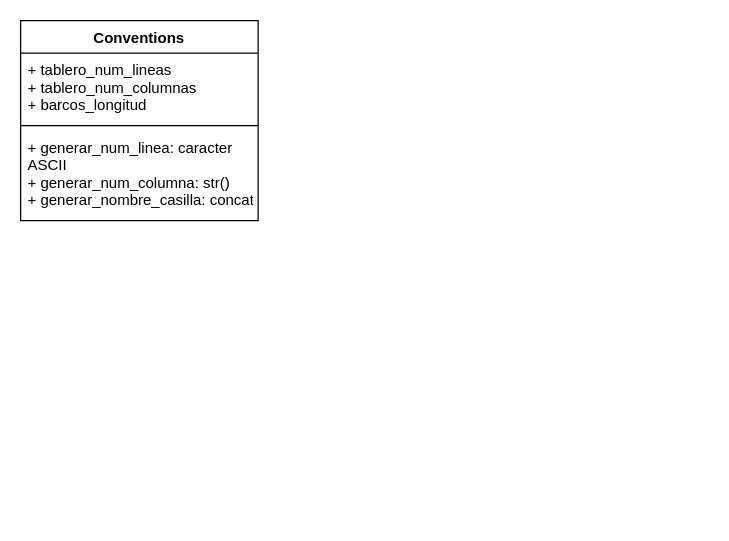
Above: UMLS/diagramaclases.drawio in mgonzalz/barcos (draw.io), before the change. Source tidied: cells renumbered, new cells numbered last; positions are measured from the earlier drawing's top-left corner, leaving out a move shared by most shapes. Both pictures are drawn from the tidied source at 125%, with x=0, y=0 at pixel (20, 20).
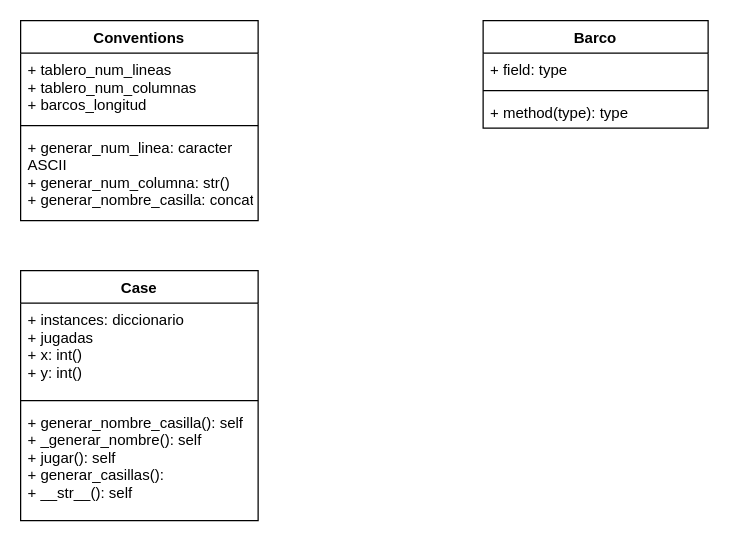
After the change.

What changed in the source:
```diff
@@
 <mxGraphModel>
   <root>
     <mxCell id="0" />
     <mxCell id="1" parent="0" />
     <mxCell id="2" value="Conventions" style="swimlane;fontStyle=1;align=center;verticalAlign=top;horizontal=1;startSize=26;" parent="1" vertex="1">
       <mxGeometry width="190" height="160" as="geometry" />
     </mxCell>
     <mxCell id="3" value="+ tablero_num_lineas&#10;+ tablero_num_columnas&#10;+ barcos_longitud" style="text;strokeColor=none;fillColor=none;align=left;verticalAlign=top;spacingLeft=4;spacingRight=4;overflow=hidden;" parent="2" vertex="1">
       <mxGeometry y="26" width="190" height="54" as="geometry" />
     </mxCell>
     <mxCell id="4" style="line;strokeWidth=1;fillColor=none;align=left;verticalAlign=middle;spacingTop=-1;spacingLeft=3;spacingRight=3;labelPosition=right;strokeColor=inherit;" parent="2" vertex="1">
       <mxGeometry y="80" width="190" height="8" as="geometry" />
     </mxCell>
     <mxCell id="5" value="+ generar_num_linea: caracter&#10;ASCII&#10;+ generar_num_columna: str()&#10;+ generar_nombre_casilla: concat" style="text;strokeColor=none;fillColor=none;align=left;verticalAlign=top;spacingLeft=4;spacingRight=4;overflow=hidden;" parent="2" vertex="1">
       <mxGeometry y="88" width="190" height="72" as="geometry" />
     </mxCell>
+    <mxCell id="6" value="Case" style="swimlane;fontStyle=1;align=center;verticalAlign=top;horizontal=1;startSize=26;" parent="1" vertex="1">
+      <mxGeometry y="200" width="190" height="200" as="geometry" />
+    </mxCell>
+    <mxCell id="7" value="+ instances: diccionario&#10;+ jugadas&#10;+ x: int()&#10;+ y: int()" style="text;strokeColor=none;fillColor=none;align=left;verticalAlign=top;spacingLeft=4;spacingRight=4;overflow=hidden;" parent="6" vertex="1">
+      <mxGeometry y="26" width="190" height="74" as="geometry" />
+    </mxCell>
+    <mxCell id="8" style="line;strokeWidth=1;fillColor=none;align=left;verticalAlign=middle;spacingTop=-1;spacingLeft=3;spacingRight=3;labelPosition=right;strokeColor=inherit;" parent="6" vertex="1">
+      <mxGeometry y="100" width="190" height="8" as="geometry" />
+    </mxCell>
+    <mxCell id="9" value="+ generar_nombre_casilla(): self&#10;+ _generar_nombre(): self&#10;+ jugar(): self&#10;+ generar_casillas():&#10;+ __str__(): self " style="text;strokeColor=none;fillColor=none;align=left;verticalAlign=top;spacingLeft=4;spacingRight=4;overflow=hidden;" parent="6" vertex="1">
+      <mxGeometry y="108" width="190" height="92" as="geometry" />
+    </mxCell>
+    <mxCell id="10" value="Barco" style="swimlane;fontStyle=1;align=center;verticalAlign=top;horizontal=1;startSize=26;" parent="1" vertex="1">
+      <mxGeometry x="370" width="180" height="86" as="geometry" />
+    </mxCell>
+    <mxCell id="11" value="+ field: type" style="text;strokeColor=none;fillColor=none;align=left;verticalAlign=top;spacingLeft=4;spacingRight=4;overflow=hidden;" parent="10" vertex="1">
+      <mxGeometry y="26" width="180" height="26" as="geometry" />
+    </mxCell>
+    <mxCell id="12" style="line;strokeWidth=1;fillColor=none;align=left;verticalAlign=middle;spacingTop=-1;spacingLeft=3;spacingRight=3;labelPosition=right;strokeColor=inherit;" parent="10" vertex="1">
+      <mxGeometry y="52" width="180" height="8" as="geometry" />
+    </mxCell>
+    <mxCell id="13" value="+ method(type): type" style="text;strokeColor=none;fillColor=none;align=left;verticalAlign=top;spacingLeft=4;spacingRight=4;overflow=hidden;" parent="10" vertex="1">
+      <mxGeometry y="60" width="180" height="26" as="geometry" />
+    </mxCell>
   </root>
 </mxGraphModel>
```
